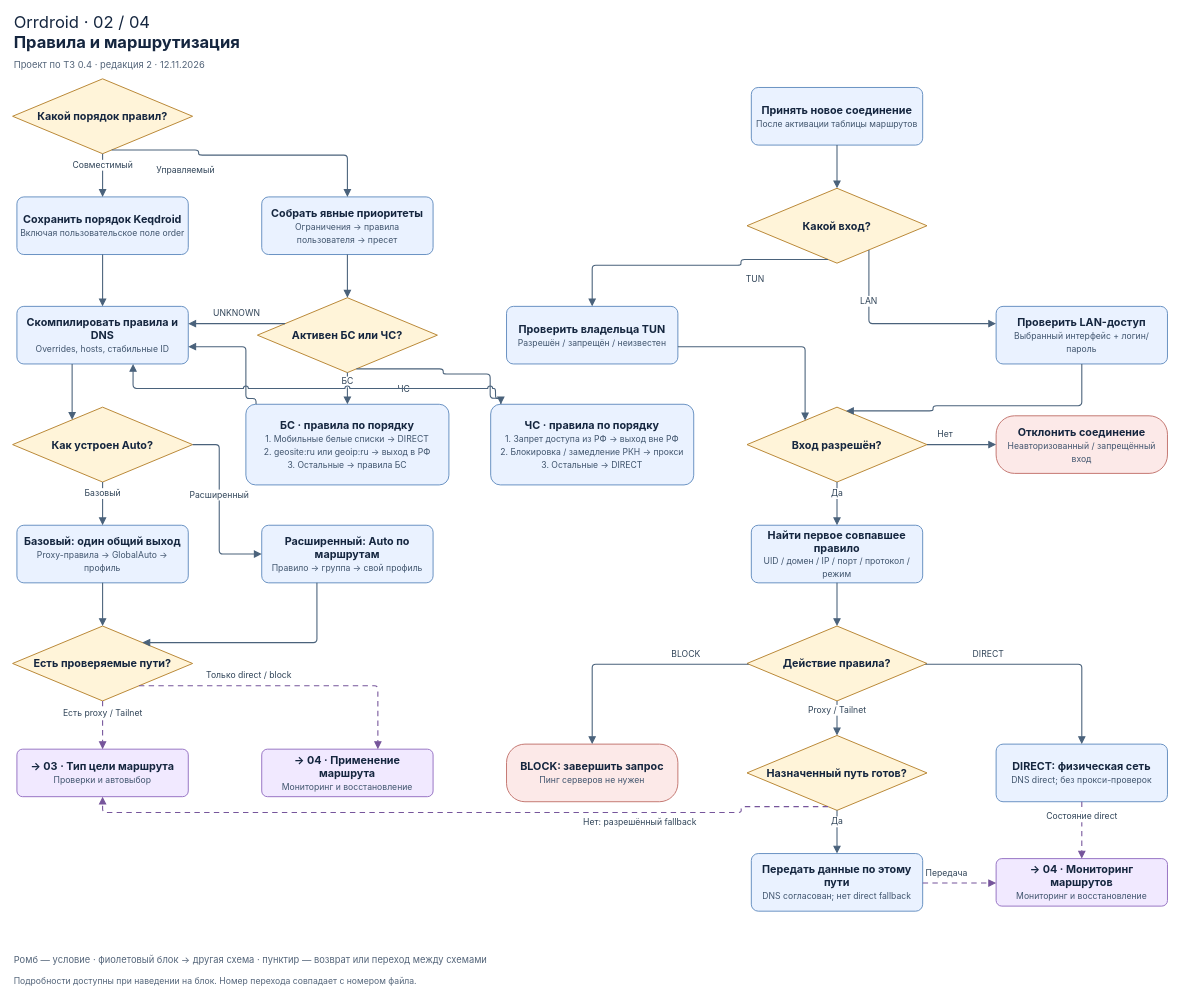
Above: docs/orrdroid/diagrams/drawio/Orrdroid-02-routing.drawio in orrtyom/orrdroid (draw.io), before the change. Source tidied: cells renumbered, new cells numbered last; positions are measured from the earlier drawing's top-left corner, leaving out a move shared by most shapes. Both pictures are drawn from the tidied source at 72%, with x=0, y=0 at pixel (12, 12).
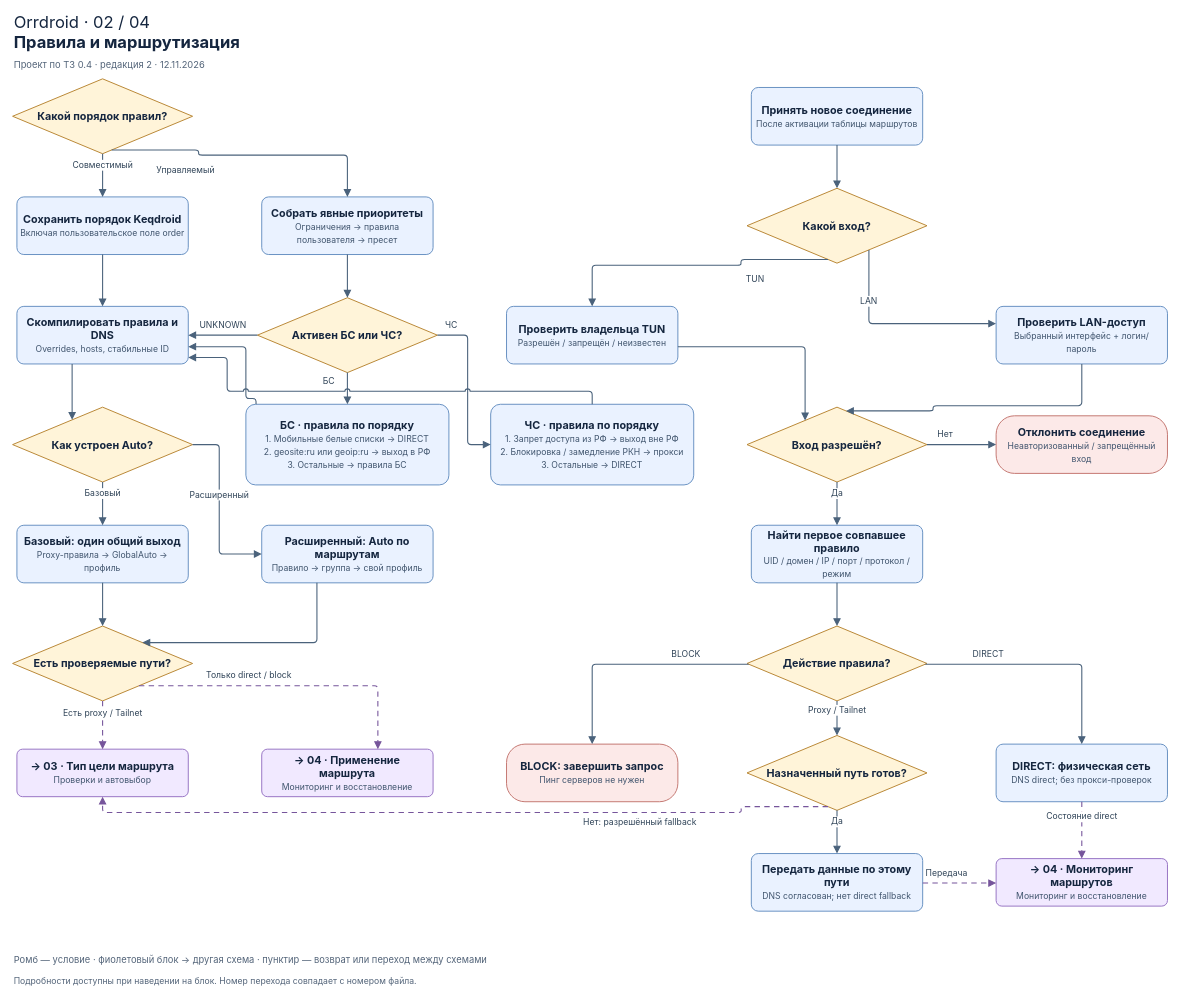
The same diagram, later.

Commit message:
docs: separate connectors in the Draw.io routing diagram

Unchanged cells that the change refers to:
```xml
<mxCell id="7" value="&lt;b&gt;Скомпилировать правила и DNS&lt;/b&gt;&lt;br&gt;&lt;span style=&quot;font-size:12px;color:#40556E&quot;&gt;Overrides, hosts, стабильные ID&lt;/span&gt;" style="rounded=1;arcSize=12;html=1;whiteSpace=wrap;align=center;verticalAlign=middle;spacing=6;fontFamily=Inter;fontSize=15;fontColor=#15263F;strokeWidth=1.35;fillColor=#EAF2FF;strokeColor=#6790C2;" parent="1" vertex="1">
  <mxGeometry x="6" y="408" width="238" height="80" as="geometry" />
</mxCell>
<mxCell id="24" value="&lt;b&gt;Активен БС или ЧС?&lt;/b&gt;" style="rhombus;html=1;whiteSpace=wrap;align=center;verticalAlign=middle;spacing=6;fontFamily=Inter;fontSize=15;fontColor=#15263F;strokeWidth=1.35;fillColor=#FFF4D9;strokeColor=#B88633;" parent="1" vertex="1">
  <mxGeometry x="340" y="396" width="250" height="104" as="geometry" />
</mxCell>
<mxCell id="25" value="&lt;b&gt;БС · правила по порядку&lt;/b&gt;&lt;br&gt;&lt;span style=&quot;font-size:12px;color:#40556E&quot;&gt;1. Мобильные белые списки → DIRECT&lt;br&gt;2. geosite:ru или geoip:ru → выход в РФ&lt;br&gt;3. Остальные → правила БС&lt;/span&gt;" style="rounded=1;arcSize=12;html=1;whiteSpace=wrap;align=center;verticalAlign=middle;spacing=6;fontFamily=Inter;fontSize=15;fontColor=#15263F;strokeWidth=1.35;fillColor=#EAF2FF;strokeColor=#6790C2;" parent="1" vertex="1">
  <mxGeometry x="324" y="544" width="282" height="112" as="geometry" />
</mxCell>
<mxCell id="26" value="&lt;b&gt;ЧС · правила по порядку&lt;/b&gt;&lt;br&gt;&lt;span style=&quot;font-size:12px;color:#40556E&quot;&gt;1. Запрет доступа из РФ → выход вне РФ&lt;br&gt;2. Блокировка / замедление РКН → прокси&lt;br&gt;3. Остальные → DIRECT&lt;/span&gt;" style="rounded=1;arcSize=12;html=1;whiteSpace=wrap;align=center;verticalAlign=middle;spacing=6;fontFamily=Inter;fontSize=15;fontColor=#15263F;strokeWidth=1.35;fillColor=#EAF2FF;strokeColor=#6790C2;" parent="1" vertex="1">
  <mxGeometry x="664" y="544" width="282" height="112" as="geometry" />
</mxCell>
```

The edit, as a diff of the source:
```diff
@@
-    <mxCell id="56" value="БС" style="edgeStyle=segmentEdgeStyle;rounded=1;arcSize=10;html=1;endArrow=block;endFill=1;endSize=7;strokeWidth=1.5;strokeColor=#4A627B;fontColor=#304458;fontFamily=Inter;fontSize=12;labelBackgroundColor=default;defaultLabelBackgroundColor=page;jettySize=auto;jumpStyle=arc;jumpSize=6;exitX=0.50000;exitY=1.00000;exitPerimeter=0;entryX=0.50000;entryY=0.00000;entryPerimeter=0;" parent="1" edge="1" source="24" target="25">
-      <mxGeometry x="-0.4" relative="1" as="geometry" />
+    <mxCell id="56" value="БС" style="edgeStyle=segmentEdgeStyle;rounded=1;arcSize=10;html=1;endArrow=block;endFill=1;endSize=7;strokeWidth=1.5;strokeColor=#4A627B;fontColor=#304458;fontFamily=Inter;fontSize=12;labelBackgroundColor=default;defaultLabelBackgroundColor=page;jettySize=auto;jumpStyle=arc;jumpSize=6;exitX=0.5;exitY=1;exitPerimeter=0;entryX=0.5;entryY=0;entryPerimeter=0;" parent="1" edge="1" source="24" target="25">
+      <mxGeometry x="-0.4" relative="1" as="geometry">
+        <mxPoint x="-26" as="offset" />
+      </mxGeometry>
     </mxCell>
-    <mxCell id="57" value="ЧС" style="edgeStyle=segmentEdgeStyle;rounded=1;arcSize=10;html=1;endArrow=block;endFill=1;endSize=7;strokeWidth=1.5;strokeColor=#4A627B;fontColor=#304458;fontFamily=Inter;fontSize=12;labelBackgroundColor=default;defaultLabelBackgroundColor=page;jettySize=auto;jumpStyle=arc;jumpSize=6;exitX=0.55000;exitY=0.95000;exitPerimeter=0;entryX=0.05000;entryY=0.00000;entryPerimeter=0;" parent="1" edge="1" source="24" target="26">
-      <mxGeometry x="-0.48" relative="1" as="geometry">
+    <mxCell id="57" value="ЧС" style="edgeStyle=segmentEdgeStyle;rounded=1;arcSize=10;html=1;endArrow=block;endFill=1;endSize=7;strokeWidth=1.5;strokeColor=#4A627B;fontColor=#304458;fontFamily=Inter;fontSize=12;labelBackgroundColor=default;defaultLabelBackgroundColor=page;jettySize=auto;jumpStyle=arc;jumpSize=6;exitX=1;exitY=0.5;exitPerimeter=0;entryX=0;entryY=0.5;entryPerimeter=0;" parent="1" edge="1" source="24" target="26">
+      <mxGeometry x="-0.83" relative="1" as="geometry">
         <Array as="points">
-          <mxPoint x="598.1" y="494.8" />
-          <mxPoint x="598.1" y="502" />
-          <mxPoint x="663.3" y="502" />
-          <mxPoint x="663.3" y="535.7" />
-          <mxPoint x="678.1" y="535.7" />
+          <mxPoint x="632" y="448" />
+          <mxPoint x="632" y="600" />
         </Array>
-        <mxPoint y="28" as="offset" />
+        <mxPoint y="-14" as="offset" />
       </mxGeometry>
     </mxCell>
-    <mxCell id="58" value="UNKNOWN" style="edgeStyle=segmentEdgeStyle;rounded=1;arcSize=10;html=1;endArrow=block;endFill=1;endSize=7;strokeWidth=1.5;strokeColor=#4A627B;fontColor=#304458;fontFamily=Inter;fontSize=12;labelBackgroundColor=default;defaultLabelBackgroundColor=page;jettySize=auto;jumpStyle=arc;jumpSize=6;exitX=0.15385;exitY=0.34615;exitPerimeter=0;entryX=1.00000;entryY=0.30000;entryPerimeter=0;" parent="1" edge="1" source="24" target="7">
+    <mxCell id="58" value="UNKNOWN" style="edgeStyle=segmentEdgeStyle;rounded=1;arcSize=10;html=1;endArrow=block;endFill=1;endSize=7;strokeWidth=1.5;strokeColor=#4A627B;fontColor=#304458;fontFamily=Inter;fontSize=12;labelBackgroundColor=default;defaultLabelBackgroundColor=page;jettySize=auto;jumpStyle=arc;jumpSize=6;exitX=0;exitY=0.5;exitPerimeter=0;entryX=1;entryY=0.5;entryPerimeter=0;" parent="1" edge="1" source="24" target="7">
       <mxGeometry relative="1" as="geometry">
         <mxPoint y="-14" as="offset" />
       </mxGeometry>
     </mxCell>
@@
-    <mxCell id="60" style="edgeStyle=segmentEdgeStyle;rounded=1;arcSize=10;html=1;endArrow=block;endFill=1;endSize=7;strokeWidth=1.5;strokeColor=#4A627B;fontColor=#304458;fontFamily=Inter;fontSize=12;labelBackgroundColor=default;defaultLabelBackgroundColor=page;jettySize=auto;jumpStyle=arc;jumpSize=6;exitX=0.05000;exitY=0.00000;exitPerimeter=0;entryX=0.67786;entryY=1.00000;entryPerimeter=0;" parent="1" edge="1" source="26" target="7">
+    <mxCell id="60" style="edgeStyle=segmentEdgeStyle;rounded=1;arcSize=10;html=1;endArrow=block;endFill=1;endSize=7;strokeWidth=1.5;strokeColor=#4A627B;fontColor=#304458;fontFamily=Inter;fontSize=12;labelBackgroundColor=default;defaultLabelBackgroundColor=page;jettySize=auto;jumpStyle=arc;jumpSize=6;exitX=0.5;exitY=0;exitPerimeter=0;entryX=1;entryY=0.8875;entryPerimeter=0;" parent="1" edge="1" source="26" target="7">
       <mxGeometry relative="1" as="geometry">
         <Array as="points">
-          <mxPoint x="678.1" y="535.9" />
-          <mxPoint x="670.7" y="535.9" />
-          <mxPoint x="670.7" y="522" />
-          <mxPoint x="167.3" y="522" />
+          <mxPoint x="805" y="526" />
+          <mxPoint x="298" y="526" />
+          <mxPoint x="298" y="479" />
         </Array>
       </mxGeometry>
     </mxCell>
```
